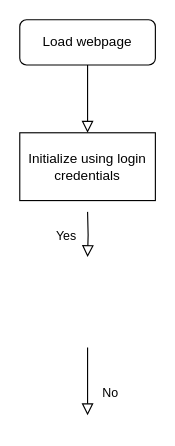
Before: UML & Flowcharts/overall_flowchart.drawio in denBruneBarone/P2, a draw.io diagram. Source tidied: cells renumbered, new cells numbered last; positions are measured from the earlier drawing's top-left corner, leaving out a move shared by most shapes. Both pictures are drawn from the tidied source at 113%, with x=0, y=0 at pixel (19, 19).
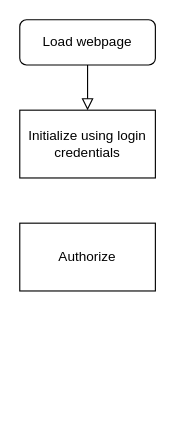
The same page after the edit.

Diff of the diagram source:
```diff
@@
 <mxGraphModel>
   <root>
     <mxCell id="0" />
     <mxCell id="1" parent="0" />
     <mxCell id="2" style="rounded=0;html=1;jettySize=auto;fontSize=11;endArrow=block;endFill=0;endSize=8;strokeWidth=1;shadow=0;labelBackgroundColor=none;edgeStyle=orthogonalEdgeStyle;" parent="1" edge="1" source="3" target="6">
       <mxGeometry relative="1" as="geometry" />
     </mxCell>
     <mxCell id="3" value="Load webpage" style="rounded=1;whiteSpace=wrap;html=1;fontSize=12;glass=0;strokeWidth=1;shadow=0;" parent="1" vertex="1">
       <mxGeometry width="120" height="40" as="geometry" />
     </mxCell>
-    <mxCell id="4" value="Yes" style="rounded=0;html=1;jettySize=auto;orthogonalLoop=1;fontSize=11;endArrow=block;endFill=0;endSize=8;strokeWidth=1;shadow=0;labelBackgroundColor=none;edgeStyle=orthogonalEdgeStyle;" parent="1" edge="1">
-      <mxGeometry y="20" relative="1" as="geometry">
-        <mxPoint x="60" y="170" as="sourcePoint" />
-        <mxPoint x="60" y="210" as="targetPoint" />
-      </mxGeometry>
-    </mxCell>
-    <mxCell id="5" value="No" style="rounded=0;html=1;jettySize=auto;orthogonalLoop=1;fontSize=11;endArrow=block;endFill=0;endSize=8;strokeWidth=1;shadow=0;labelBackgroundColor=none;edgeStyle=orthogonalEdgeStyle;" parent="1" edge="1">
-      <mxGeometry x="0.33" y="20" relative="1" as="geometry">
-        <mxPoint x="60" y="290" as="sourcePoint" />
-        <mxPoint x="60" y="350" as="targetPoint" />
-      </mxGeometry>
-    </mxCell>
     <mxCell id="6" value="Initialize using login credentials" style="rounded=0;whiteSpace=wrap;html=1;" parent="1" vertex="1">
-      <mxGeometry y="100" width="120" height="60" as="geometry" />
+      <mxGeometry y="80" width="120" height="60" as="geometry" />
     </mxCell>
+    <mxCell id="7" value="Authorize" style="rounded=0;whiteSpace=wrap;html=1;" parent="1" vertex="1">
+      <mxGeometry y="180" width="120" height="60" as="geometry" />
+    </mxCell>
   </root>
 </mxGraphModel>
```
